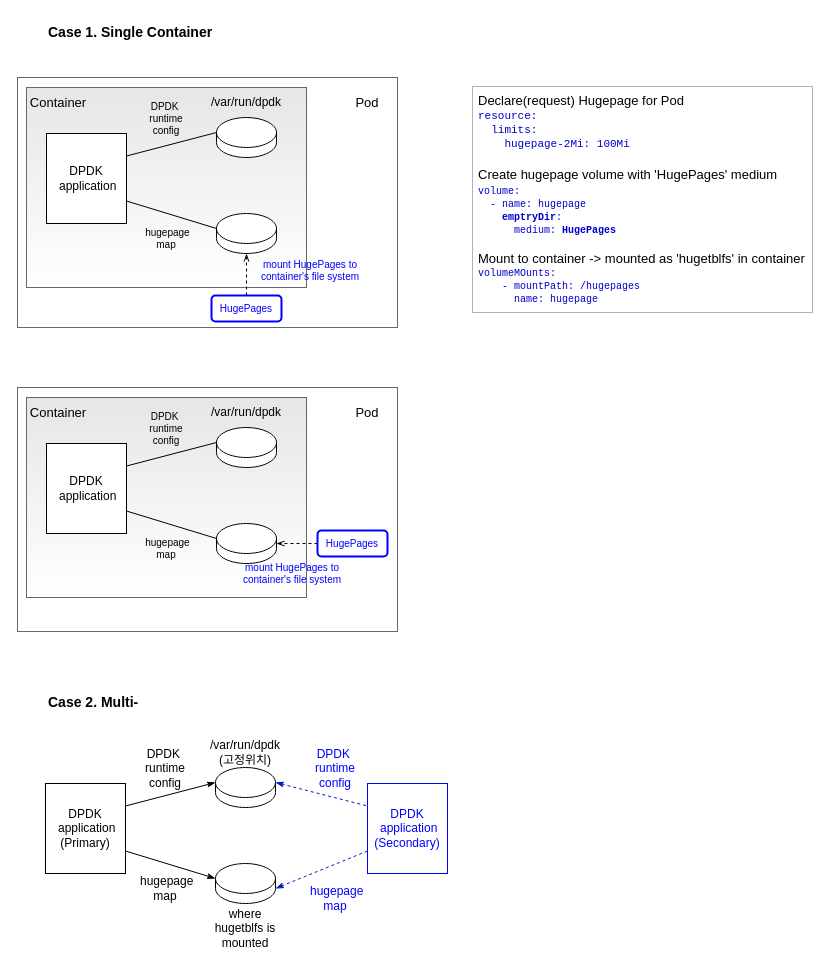
cychong47/how-to-share-hugepage-in-k8s keeps this draw.io diagram as page "1 container-1 pod" (3 of 4) of dpdk multi-process.drawio. Above is the earlier version. Source tidied: cells renumbered, new cells numbered last; positions are measured from the earlier drawing's top-left corner, leaving out a move shared by most shapes. Both pictures are drawn from the tidied source at 100%, with x=0, y=0 at pixel (17, 17).
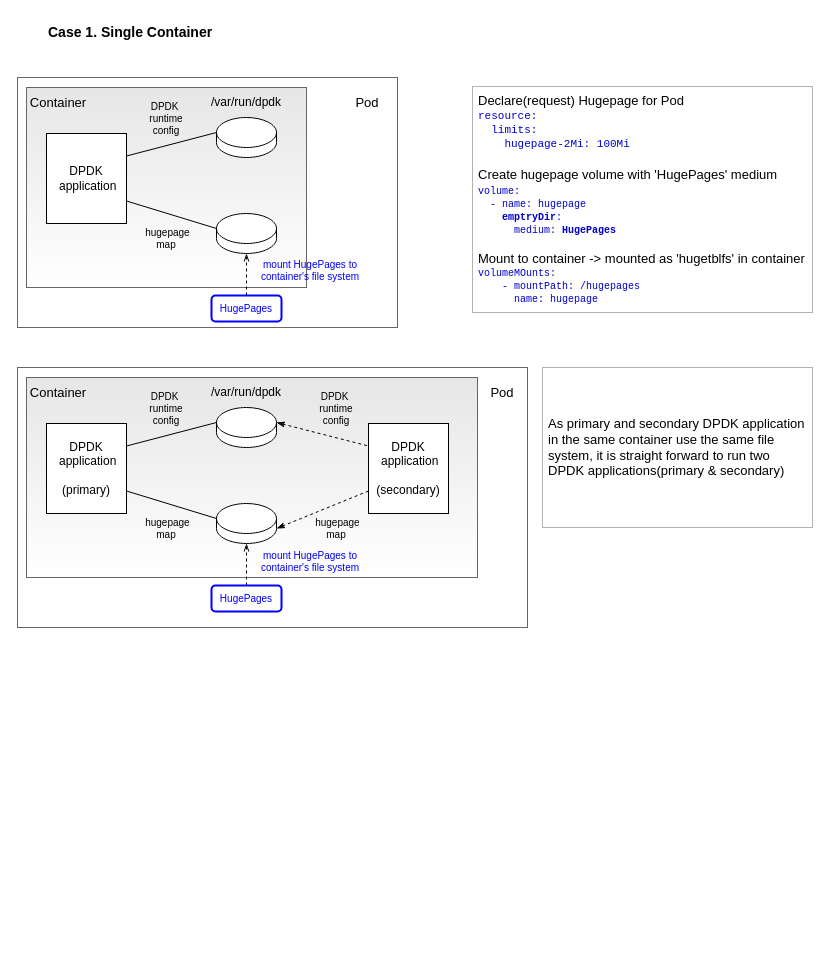
The same page after the edit.

Commit message (it also covers changes not shown here):
update 1 container in 1 pod case

Change to the diagram source:
```diff
@@
+    <mxCell id="49" style="rounded=0;whiteSpace=wrap;html=1;fontSize=14;fontColor=#0000FF;strokeColor=#666666;fillColor=#E6E6E6;strokeWidth=1;gradientColor=#ffffff;" parent="1" vertex="1">
+      <mxGeometry x="9" y="360" width="451" height="200" as="geometry" />
+    </mxCell>
+    <mxCell id="50" style="rounded=0;whiteSpace=wrap;html=1;fontSize=14;fontColor=#0000FF;strokeColor=#666666;fillColor=none;strokeWidth=1;glass=0;sketch=0;gradientColor=#ffffff;" parent="1" vertex="1">
+      <mxGeometry y="350" width="510" height="260" as="geometry" />
+    </mxCell>
@@
-    <mxCell id="4" value="DPDK &amp;nbsp;application&lt;br&gt;(Primary)" style="rounded=0;whiteSpace=wrap;html=1;" parent="1" vertex="1">
-      <mxGeometry x="28" y="766" width="80" height="90" as="geometry" />
-    </mxCell>
-    <mxCell id="5" style="shape=cylinder3;whiteSpace=wrap;html=1;boundedLbl=1;backgroundOutline=1;size=15;" parent="1" vertex="1">
-      <mxGeometry x="198" y="846" width="60" height="40" as="geometry" />
-    </mxCell>
-    <mxCell id="6" style="shape=cylinder3;whiteSpace=wrap;html=1;boundedLbl=1;backgroundOutline=1;size=15;" parent="1" vertex="1">
-      <mxGeometry x="198" y="750" width="60" height="40" as="geometry" />
-    </mxCell>
-    <mxCell id="7" value="where hugetblfs is mounted" style="text;html=1;strokeColor=none;fillColor=none;align=center;verticalAlign=middle;whiteSpace=wrap;rounded=0;" parent="1" vertex="1">
-      <mxGeometry x="188" y="896" width="80" height="30" as="geometry" />
-    </mxCell>
-    <mxCell id="8" value="DPDK&amp;nbsp;&lt;br&gt;runtime&lt;br&gt;config" style="text;html=1;strokeColor=none;fillColor=none;align=center;verticalAlign=middle;whiteSpace=wrap;rounded=0;" parent="1" vertex="1">
-      <mxGeometry x="118" y="736" width="60" height="30" as="geometry" />
-    </mxCell>
-    <mxCell id="9" style="endArrow=none;html=1;rounded=0;exitX=0;exitY=0;exitDx=0;exitDy=15;exitPerimeter=0;endFill=0;startArrow=classicThin;startFill=1;entryX=1;entryY=0.75;entryDx=0;entryDy=0;" parent="1" edge="1" source="5" target="4">
-      <mxGeometry relative="1" as="geometry" />
-    </mxCell>
-    <mxCell id="10" style="endArrow=none;html=1;rounded=0;entryX=1;entryY=0.25;entryDx=0;entryDy=0;startArrow=classicThin;startFill=1;exitX=0;exitY=0;exitDx=0;exitDy=15;exitPerimeter=0;" parent="1" edge="1" source="6" target="4">
-      <mxGeometry relative="1" as="geometry" />
-    </mxCell>
-    <mxCell id="11" value="/var/run/dpdk&lt;br&gt;(고정위치)" style="text;html=1;strokeColor=none;fillColor=none;align=center;verticalAlign=middle;whiteSpace=wrap;rounded=0;" parent="1" vertex="1">
-      <mxGeometry x="198" y="720" width="60" height="30" as="geometry" />
-    </mxCell>
-    <mxCell id="12" value="&amp;nbsp;hugepage&lt;br&gt;map" style="text;html=1;strokeColor=none;fillColor=none;align=center;verticalAlign=middle;whiteSpace=wrap;rounded=0;" parent="1" vertex="1">
-      <mxGeometry x="118" y="856" width="60" height="30" as="geometry" />
-    </mxCell>
-    <mxCell id="13" value="DPDK &amp;nbsp;application&lt;br&gt;(Secondary)" style="rounded=0;whiteSpace=wrap;html=1;strokeColor=#0000FF;fontColor=#0000FF;" parent="1" vertex="1">
-      <mxGeometry x="350" y="766" width="80" height="90" as="geometry" />
+    <mxCell id="13" value="DPDK &amp;nbsp;application&lt;br&gt;&lt;br&gt;(secondary)" style="rounded=0;whiteSpace=wrap;html=1;strokeColor=#000000;fontColor=#000000;" parent="1" vertex="1">
+      <mxGeometry x="351" y="406" width="80" height="90" as="geometry" />
     </mxCell>
-    <mxCell id="14" style="endArrow=none;html=1;rounded=0;entryX=0;entryY=0.25;entryDx=0;entryDy=0;startArrow=classicThin;startFill=1;exitX=1;exitY=0;exitDx=0;exitDy=15;exitPerimeter=0;fillColor=#0050ef;strokeColor=#001DBC;dashed=1;" parent="1" edge="1" source="6" target="13">
-      <mxGeometry relative="1" as="geometry" />
-    </mxCell>
-    <mxCell id="15" style="endArrow=none;html=1;rounded=0;exitX=1;exitY=1;exitDx=0;exitDy=-15;exitPerimeter=0;endFill=0;startArrow=classicThin;startFill=1;entryX=0;entryY=0.75;entryDx=0;entryDy=0;fillColor=#0050ef;strokeColor=#001DBC;dashed=1;" parent="1" edge="1" source="5" target="13">
-      <mxGeometry relative="1" as="geometry" />
-    </mxCell>
-    <mxCell id="16" value="&amp;nbsp;hugepage&lt;br&gt;map" style="text;html=1;strokeColor=none;fillColor=none;align=center;verticalAlign=middle;whiteSpace=wrap;rounded=0;fontColor=#0000FF;" parent="1" vertex="1">
-      <mxGeometry x="288" y="866" width="60" height="30" as="geometry" />
+    <mxCell id="16" value="&amp;nbsp;hugepage&lt;br style=&quot;font-size: 10px;&quot;&gt;map" style="text;html=1;strokeColor=none;fillColor=none;align=center;verticalAlign=middle;whiteSpace=wrap;rounded=0;fontColor=#000000;fontSize=10;" parent="1" vertex="1">
+      <mxGeometry x="289" y="496" width="60" height="30" as="geometry" />
     </mxCell>
-    <mxCell id="17" value="DPDK&amp;nbsp;&lt;br&gt;runtime&lt;br&gt;config" style="text;html=1;strokeColor=none;fillColor=none;align=center;verticalAlign=middle;whiteSpace=wrap;rounded=0;fontColor=#0000FF;" parent="1" vertex="1">
-      <mxGeometry x="288" y="736" width="60" height="30" as="geometry" />
+    <mxCell id="17" value="DPDK&amp;nbsp;&lt;br style=&quot;font-size: 10px;&quot;&gt;runtime&lt;br style=&quot;font-size: 10px;&quot;&gt;config" style="text;html=1;strokeColor=none;fillColor=none;align=center;verticalAlign=middle;whiteSpace=wrap;rounded=0;fontColor=#000000;fontSize=10;" parent="1" vertex="1">
+      <mxGeometry x="289" y="376" width="60" height="30" as="geometry" />
     </mxCell>
-    <mxCell id="18" value="Case 2. Multi-" style="text;html=1;strokeColor=none;fillColor=none;align=left;verticalAlign=middle;whiteSpace=wrap;rounded=0;fontSize=14;fontStyle=1;" parent="1" vertex="1">
-      <mxGeometry x="29" y="670" width="360" height="30" as="geometry" />
-    </mxCell>
@@
-    <mxCell id="34" style="rounded=0;whiteSpace=wrap;html=1;fontSize=14;fontColor=#0000FF;strokeColor=#666666;fillColor=none;strokeWidth=1;glass=0;sketch=0;gradientColor=#ffffff;" parent="1" vertex="1">
-      <mxGeometry y="370" width="380" height="244" as="geometry" />
-    </mxCell>
-    <mxCell id="35" style="rounded=0;whiteSpace=wrap;html=1;fontSize=14;fontColor=#0000FF;strokeColor=#666666;fillColor=#E6E6E6;strokeWidth=1;gradientColor=#ffffff;" parent="1" vertex="1">
-      <mxGeometry x="9" y="380" width="280" height="200" as="geometry" />
-    </mxCell>
-    <mxCell id="36" value="DPDK &amp;nbsp;application" style="rounded=0;whiteSpace=wrap;html=1;" parent="1" vertex="1">
-      <mxGeometry x="29" y="426" width="80" height="90" as="geometry" />
-    </mxCell>
-    <mxCell id="37" style="shape=cylinder3;whiteSpace=wrap;html=1;boundedLbl=1;backgroundOutline=1;size=15;" parent="1" vertex="1">
-      <mxGeometry x="199" y="506" width="60" height="40" as="geometry" />
-    </mxCell>
-    <mxCell id="38" style="shape=cylinder3;whiteSpace=wrap;html=1;boundedLbl=1;backgroundOutline=1;size=15;" parent="1" vertex="1">
-      <mxGeometry x="199" y="410" width="60" height="40" as="geometry" />
-    </mxCell>
+    <mxCell id="51" value="DPDK &amp;nbsp;application&lt;br&gt;&lt;br&gt;(primary)" style="rounded=0;whiteSpace=wrap;html=1;" parent="1" vertex="1">
+      <mxGeometry x="29" y="406" width="80" height="90" as="geometry" />
+    </mxCell>
+    <mxCell id="52" style="shape=cylinder3;whiteSpace=wrap;html=1;boundedLbl=1;backgroundOutline=1;size=15;" parent="1" vertex="1">
+      <mxGeometry x="199" y="486" width="60" height="40" as="geometry" />
+    </mxCell>
+    <mxCell id="53" style="shape=cylinder3;whiteSpace=wrap;html=1;boundedLbl=1;backgroundOutline=1;size=15;" parent="1" vertex="1">
+      <mxGeometry x="199" y="390" width="60" height="40" as="geometry" />
+    </mxCell>
     <mxCell id="39" value="&lt;font style=&quot;font-size: 10px;&quot;&gt;mount HugePages to container's file system&lt;/font&gt;" style="text;html=1;strokeColor=none;fillColor=none;align=center;verticalAlign=middle;whiteSpace=wrap;rounded=0;fontSize=10;fontColor=#0000FF;" parent="1" vertex="1">
-      <mxGeometry x="220" y="539" width="110" height="34" as="geometry" />
+      <mxGeometry x="238" y="527" width="110" height="34" as="geometry" />
     </mxCell>
     <mxCell id="40" value="DPDK&amp;nbsp;&lt;br style=&quot;font-size: 10px;&quot;&gt;runtime&lt;br style=&quot;font-size: 10px;&quot;&gt;config" style="text;html=1;strokeColor=none;fillColor=none;align=center;verticalAlign=middle;whiteSpace=wrap;rounded=0;fontSize=10;" parent="1" vertex="1">
-      <mxGeometry x="119" y="396" width="60" height="30" as="geometry" />
+      <mxGeometry x="119" y="376" width="60" height="30" as="geometry" />
     </mxCell>
-    <mxCell id="41" style="endArrow=none;html=1;rounded=0;exitX=0;exitY=0;exitDx=0;exitDy=15;exitPerimeter=0;endFill=0;startArrow=none;startFill=0;entryX=1;entryY=0.75;entryDx=0;entryDy=0;" parent="1" edge="1" source="37" target="36">
-      <mxGeometry relative="1" as="geometry" />
-    </mxCell>
-    <mxCell id="42" style="endArrow=none;html=1;rounded=0;entryX=1;entryY=0.25;entryDx=0;entryDy=0;startArrow=none;startFill=0;exitX=0;exitY=0;exitDx=0;exitDy=15;exitPerimeter=0;" parent="1" edge="1" source="38" target="36">
-      <mxGeometry relative="1" as="geometry" />
-    </mxCell>
+    <mxCell id="54" style="endArrow=none;html=1;rounded=0;exitX=0;exitY=0;exitDx=0;exitDy=15;exitPerimeter=0;endFill=0;startArrow=none;startFill=0;entryX=1;entryY=0.75;entryDx=0;entryDy=0;" parent="1" edge="1" source="52" target="51">
+      <mxGeometry relative="1" as="geometry" />
+    </mxCell>
+    <mxCell id="55" style="endArrow=none;html=1;rounded=0;entryX=1;entryY=0.25;entryDx=0;entryDy=0;startArrow=none;startFill=0;exitX=0;exitY=0;exitDx=0;exitDy=15;exitPerimeter=0;" parent="1" edge="1" source="53" target="51">
+      <mxGeometry relative="1" as="geometry" />
+    </mxCell>
     <mxCell id="43" value="/var/run/dpdk" style="text;html=1;strokeColor=none;fillColor=none;align=center;verticalAlign=middle;whiteSpace=wrap;rounded=0;" parent="1" vertex="1">
-      <mxGeometry x="199" y="380" width="60" height="30" as="geometry" />
+      <mxGeometry x="199" y="360" width="60" height="30" as="geometry" />
     </mxCell>
     <mxCell id="44" value="&amp;nbsp;hugepage&lt;br style=&quot;font-size: 10px;&quot;&gt;map" style="text;html=1;strokeColor=none;fillColor=none;align=center;verticalAlign=middle;whiteSpace=wrap;rounded=0;fontSize=10;" parent="1" vertex="1">
-      <mxGeometry x="119" y="516" width="60" height="30" as="geometry" />
+      <mxGeometry x="119" y="496" width="60" height="30" as="geometry" />
     </mxCell>
-    <mxCell id="45" style="edgeStyle=orthogonalEdgeStyle;rounded=0;jettySize=auto;html=1;dashed=1;fontSize=10;fontColor=#0000FF;strokeWidth=1;endArrow=openThin;endFill=0;" parent="1" edge="1" source="46" target="37">
-      <mxGeometry relative="1" as="geometry" />
-    </mxCell>
+    <mxCell id="56" style="edgeStyle=orthogonalEdgeStyle;rounded=0;jettySize=auto;html=1;dashed=1;fontSize=10;fontColor=#0000FF;strokeWidth=1;endArrow=openThin;endFill=0;" parent="1" edge="1" source="46" target="52">
+      <mxGeometry relative="1" as="geometry" />
+    </mxCell>
     <mxCell id="46" value="HugePages" style="rounded=1;whiteSpace=wrap;html=1;fontSize=10;fontColor=#0000FF;strokeColor=#0000FF;strokeWidth=2;fillColor=none;" parent="1" vertex="1">
-      <mxGeometry x="300" y="513" width="70" height="26" as="geometry" />
+      <mxGeometry x="194" y="568" width="70" height="26" as="geometry" />
     </mxCell>
     <mxCell id="47" value="&lt;font face=&quot;Helvetica&quot; color=&quot;#000000&quot; size=&quot;1&quot;&gt;&lt;span style=&quot;font-size: 13px&quot;&gt;Pod&lt;/span&gt;&lt;/font&gt;" style="text;html=1;strokeColor=none;fillColor=none;align=center;verticalAlign=middle;whiteSpace=wrap;rounded=0;shadow=1;glass=0;sketch=0;fontFamily=Courier New;fontSize=10;fontColor=#0000CC;" parent="1" vertex="1">
-      <mxGeometry x="320" y="380" width="60" height="30" as="geometry" />
+      <mxGeometry x="460" y="360" width="50" height="30" as="geometry" />
     </mxCell>
     <mxCell id="48" value="&lt;font face=&quot;Helvetica&quot; color=&quot;#000000&quot; size=&quot;1&quot;&gt;&lt;span style=&quot;font-size: 13px&quot;&gt;Container&lt;/span&gt;&lt;/font&gt;" style="text;html=1;strokeColor=none;fillColor=none;align=center;verticalAlign=middle;whiteSpace=wrap;rounded=0;shadow=1;glass=0;sketch=0;fontFamily=Courier New;fontSize=10;fontColor=#0000CC;" parent="1" vertex="1">
-      <mxGeometry x="11" y="380" width="60" height="30" as="geometry" />
+      <mxGeometry x="11" y="360" width="60" height="30" as="geometry" />
     </mxCell>
+    <mxCell id="14" style="endArrow=none;html=1;rounded=0;entryX=0;entryY=0.25;entryDx=0;entryDy=0;startArrow=classicThin;startFill=1;exitX=1;exitY=0;exitDx=0;exitDy=15;exitPerimeter=0;fillColor=#0050ef;strokeColor=#000000;dashed=1;fontColor=#000000;" parent="1" edge="1" target="13">
+      <mxGeometry relative="1" as="geometry">
+        <mxPoint x="259" y="405" as="sourcePoint" />
+      </mxGeometry>
+    </mxCell>
+    <mxCell id="15" style="endArrow=none;html=1;rounded=0;exitX=1;exitY=1;exitDx=0;exitDy=-15;exitPerimeter=0;endFill=0;startArrow=classicThin;startFill=1;entryX=0;entryY=0.75;entryDx=0;entryDy=0;fillColor=#0050ef;strokeColor=#000000;dashed=1;fontColor=#000000;" parent="1" edge="1" target="13">
+      <mxGeometry relative="1" as="geometry">
+        <mxPoint x="259" y="511" as="sourcePoint" />
+      </mxGeometry>
+    </mxCell>
+    <mxCell id="57" value="&lt;div&gt;&lt;font size=&quot;2&quot;&gt;As primary and secondary DPDK application in the same container use the same file system, it is straight forward to run two DPDK applications(primary &amp;amp; secondary)&amp;nbsp;&lt;/font&gt;&lt;/div&gt;" style="text;html=1;strokeColor=#666666;fillColor=none;align=left;verticalAlign=middle;whiteSpace=wrap;rounded=0;fontFamily=Helvetica;dashed=1;spacing=6;dashPattern=1 1;" parent="1" vertex="1">
+      <mxGeometry x="525" y="350" width="270" height="160" as="geometry" />
+    </mxCell>
```
